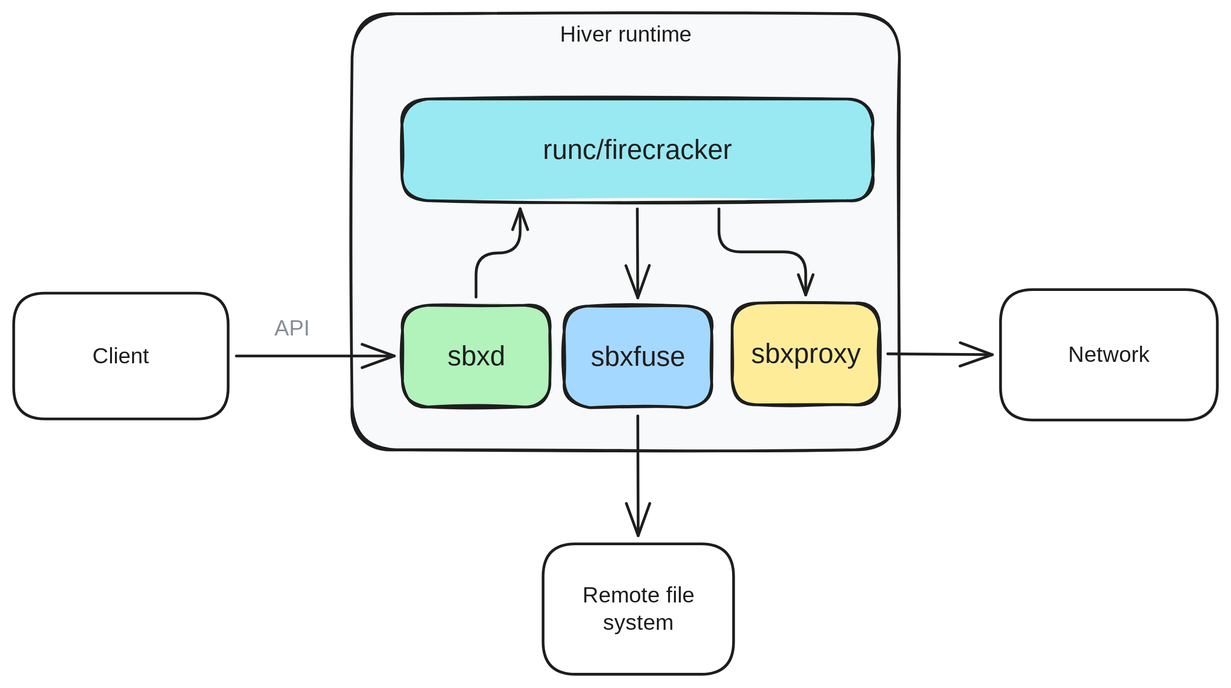
The Excalidraw diagram docs/hiver-arch.svg in hiver-sh/hiver, before a commit. Source tidied: one line per element, renumbered; positions are measured from the earlier drawing's top-left corner, leaving out a move shared by most shapes. Source of this version:
```json
{"id": 0, "type": "rectangle", "strokeColor": "#1e1e1e", "backgroundColor": "#f8f9fa", "fillStyle": "solid", "strokeWidth": 2, "roughness": 1, "round": true, "x": 247, "y": 0, "width": 400, "height": 319}
{"id": 1, "type": "text", "text": "Hiver runtime", "strokeColor": "#1e1e1e", "strokeWidth": 2, "roughness": 1, "fontSize": 16, "fontFamily": 6, "textAlign": "center", "inside": 0, "x": 398, "y": 5, "width": 99, "height": 20}
{"id": 2, "type": "rectangle", "strokeColor": "#1e1e1e", "backgroundColor": "#99e9f2", "fillStyle": "solid", "strokeWidth": 2, "roughness": 1, "round": true, "x": 284, "y": 62, "width": 344, "height": 74}
{"id": 3, "type": "text", "text": "runc/firecracker", "strokeColor": "#1e1e1e", "strokeWidth": 2, "roughness": 1, "fontSize": 20, "fontFamily": 6, "textAlign": "center", "verticalAlign": "middle", "inside": 2, "x": 386, "y": 87, "width": 139, "height": 25}
{"id": 4, "type": "rectangle", "strokeColor": "#1e1e1e", "backgroundColor": "#b2f2bb", "fillStyle": "solid", "strokeWidth": 2, "roughness": 1, "round": true, "x": 284, "y": 213, "width": 108, "height": 74}
{"id": 5, "type": "text", "text": "sbxd", "strokeColor": "#1e1e1e", "strokeWidth": 2, "roughness": 1, "fontSize": 20, "fontFamily": 6, "textAlign": "center", "verticalAlign": "middle", "inside": 4, "x": 316, "y": 238, "width": 43, "height": 25}
{"id": 6, "type": "rectangle", "strokeColor": "#1e1e1e", "backgroundColor": "#a5d8ff", "fillStyle": "solid", "strokeWidth": 2, "roughness": 1, "round": true, "x": 402, "y": 213, "width": 108, "height": 74}
{"id": 7, "type": "text", "text": "sbxfuse", "strokeColor": "#1e1e1e", "strokeWidth": 2, "roughness": 1, "fontSize": 20, "fontFamily": 6, "textAlign": "center", "verticalAlign": "middle", "inside": 6, "x": 421, "y": 238, "width": 70, "height": 25}
{"id": 8, "type": "rectangle", "strokeColor": "#1e1e1e", "backgroundColor": "#ffec99", "fillStyle": "solid", "strokeWidth": 2, "roughness": 1, "round": true, "x": 525, "y": 211, "width": 108, "height": 74}
{"id": 9, "type": "text", "text": "sbxproxy", "strokeColor": "#1e1e1e", "strokeWidth": 2, "roughness": 1, "fontSize": 20, "fontFamily": 6, "textAlign": "center", "verticalAlign": "middle", "inside": 8, "x": 537, "y": 236, "width": 82, "height": 25}
{"id": 10, "type": "rectangle", "strokeColor": "#1e1e1e", "strokeWidth": 2, "roughness": 0, "round": true, "x": 0, "y": 204, "width": 157, "height": 92}
{"id": 11, "type": "text", "text": "Client", "strokeColor": "#1e1e1e", "strokeWidth": 2, "roughness": 0, "fontSize": 16, "fontFamily": 6, "textAlign": "center", "verticalAlign": "middle", "inside": 10, "x": 57, "y": 240, "width": 43, "height": 20}
{"id": 12, "type": "arrow", "strokeColor": "#1e1e1e", "strokeWidth": 2, "roughness": 0, "endArrowhead": "arrow", "from": 4, "to": 2, "x": 338, "y": 207, "width": 32, "height": 64, "points": [[0, 0], [0, -32], [32, -32], [32, -64]]}
{"id": 13, "type": "rectangle", "strokeColor": "#1e1e1e", "strokeWidth": 2, "roughness": 0, "round": true, "x": 387, "y": 387, "width": 139, "height": 95}
{"id": 14, "type": "text", "text": "Remote file\nsystem", "strokeColor": "#1e1e1e", "strokeWidth": 2, "roughness": 0, "fontSize": 16, "fontFamily": 6, "textAlign": "center", "verticalAlign": "middle", "inside": 13, "x": 415, "y": 415, "width": 83, "height": 40}
{"id": 15, "type": "arrow", "strokeColor": "#1e1e1e", "strokeWidth": 2, "roughness": 0, "endArrowhead": "arrow", "from": 6, "to": 13, "x": 456, "y": 294, "width": 0, "height": 88, "points": [[0, 0], [0, 88]]}
{"id": 16, "type": "rectangle", "strokeColor": "#1e1e1e", "strokeWidth": 2, "roughness": 0, "round": true, "x": 721, "y": 202, "width": 158, "height": 95}
{"id": 17, "type": "text", "text": "Network", "strokeColor": "#1e1e1e", "strokeWidth": 2, "roughness": 0, "fontSize": 16, "fontFamily": 6, "textAlign": "center", "verticalAlign": "middle", "inside": 16, "x": 769, "y": 239, "width": 63, "height": 20}
{"id": 18, "type": "arrow", "strokeColor": "#1e1e1e", "strokeWidth": 2, "roughness": 0, "endArrowhead": "arrow", "from": 8, "to": 16, "x": 638, "y": 248, "width": 76, "height": 1, "points": [[0, 0], [76, 1]]}
{"id": 19, "type": "arrow", "strokeColor": "#1e1e1e", "strokeWidth": 2, "roughness": 0, "endArrowhead": "arrow", "from": 2, "to": 8, "x": 515, "y": 143, "width": 63, "height": 63, "points": [[0, 0], [0, 31], [63, 31], [63, 63]]}
{"id": 20, "type": "arrow", "strokeColor": "#1e1e1e", "strokeWidth": 2, "roughness": 0, "endArrowhead": "arrow", "from": 2, "to": 6, "x": 455, "y": 143, "width": 0, "height": 65, "points": [[0, 0], [0, 65]]}
{"id": 21, "type": "arrow", "strokeColor": "#1e1e1e", "strokeWidth": 2, "roughness": 0, "endArrowhead": "arrow", "from": 10, "to": 4, "x": 163, "y": 250, "width": 115, "height": 0, "points": [[0, 0], [115, 0]]}
{"id": 22, "type": "text", "text": "API", "strokeColor": "#868e96", "backgroundColor": "#ebfbee", "fillStyle": "solid", "strokeWidth": 2, "strokeStyle": "dashed", "roughness": 0, "fontSize": 16, "fontFamily": 6, "textAlign": "center", "x": 190, "y": 220, "width": 26, "height": 20}
```
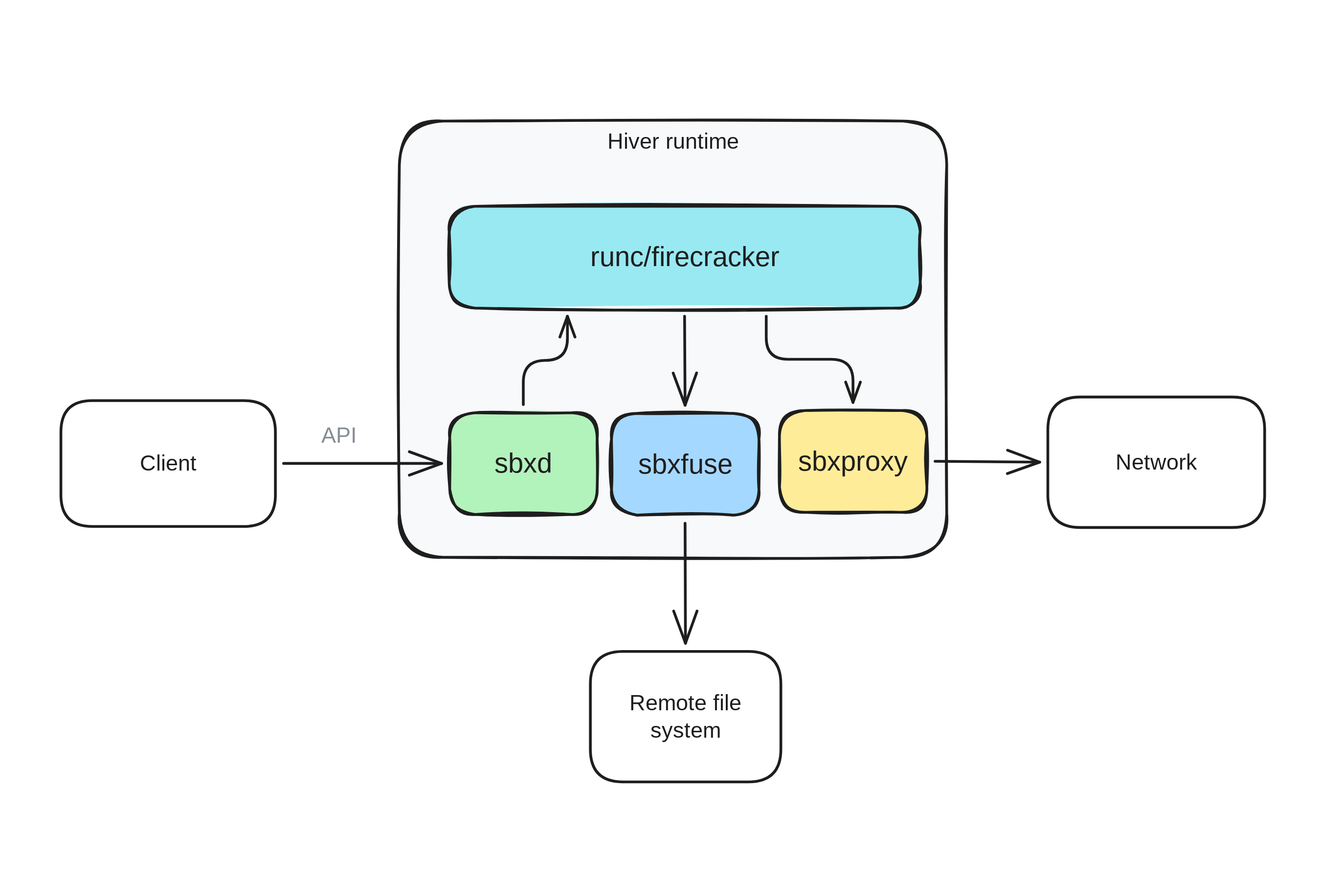
Later version of the same file.

Change to the diagram source:
```diff
@@ -1,3 +1,4 @@
+{"id": 23, "type": "rectangle", "strokeColor": "transparent", "backgroundColor": "#ffffff", "fillStyle": "solid", "strokeWidth": 1, "roughness": 0, "round": true, "x": -34, "y": -78, "width": 959, "height": 623}
 {"id": 0, "type": "rectangle", "strokeColor": "#1e1e1e", "backgroundColor": "#f8f9fa", "fillStyle": "solid", "strokeWidth": 2, "roughness": 1, "round": true, "x": 247, "y": 0, "width": 400, "height": 319}
 {"id": 1, "type": "text", "text": "Hiver runtime", "strokeColor": "#1e1e1e", "strokeWidth": 2, "roughness": 1, "fontSize": 16, "fontFamily": 6, "textAlign": "center", "inside": 0, "x": 398, "y": 5, "width": 99, "height": 20}
 {"id": 2, "type": "rectangle", "strokeColor": "#1e1e1e", "backgroundColor": "#99e9f2", "fillStyle": "solid", "strokeWidth": 2, "roughness": 1, "round": true, "x": 284, "y": 62, "width": 344, "height": 74}
```
